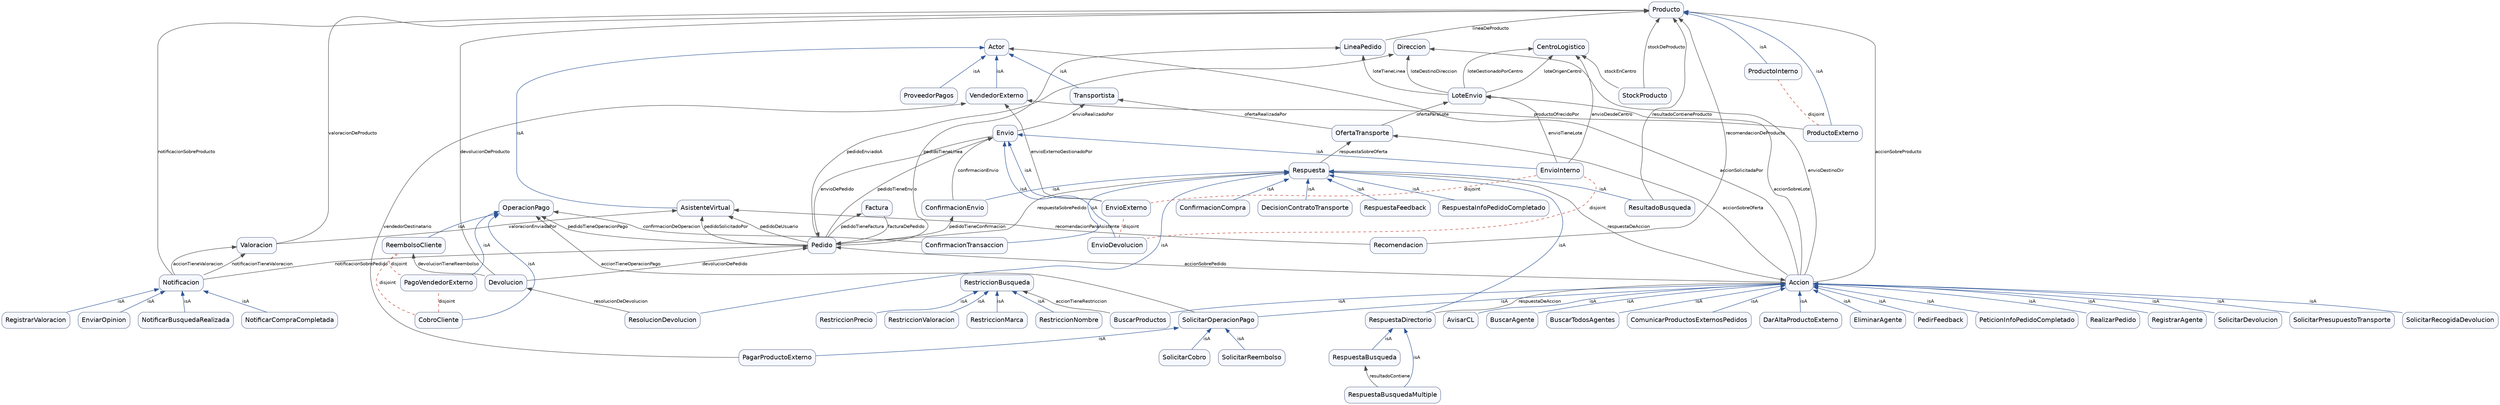
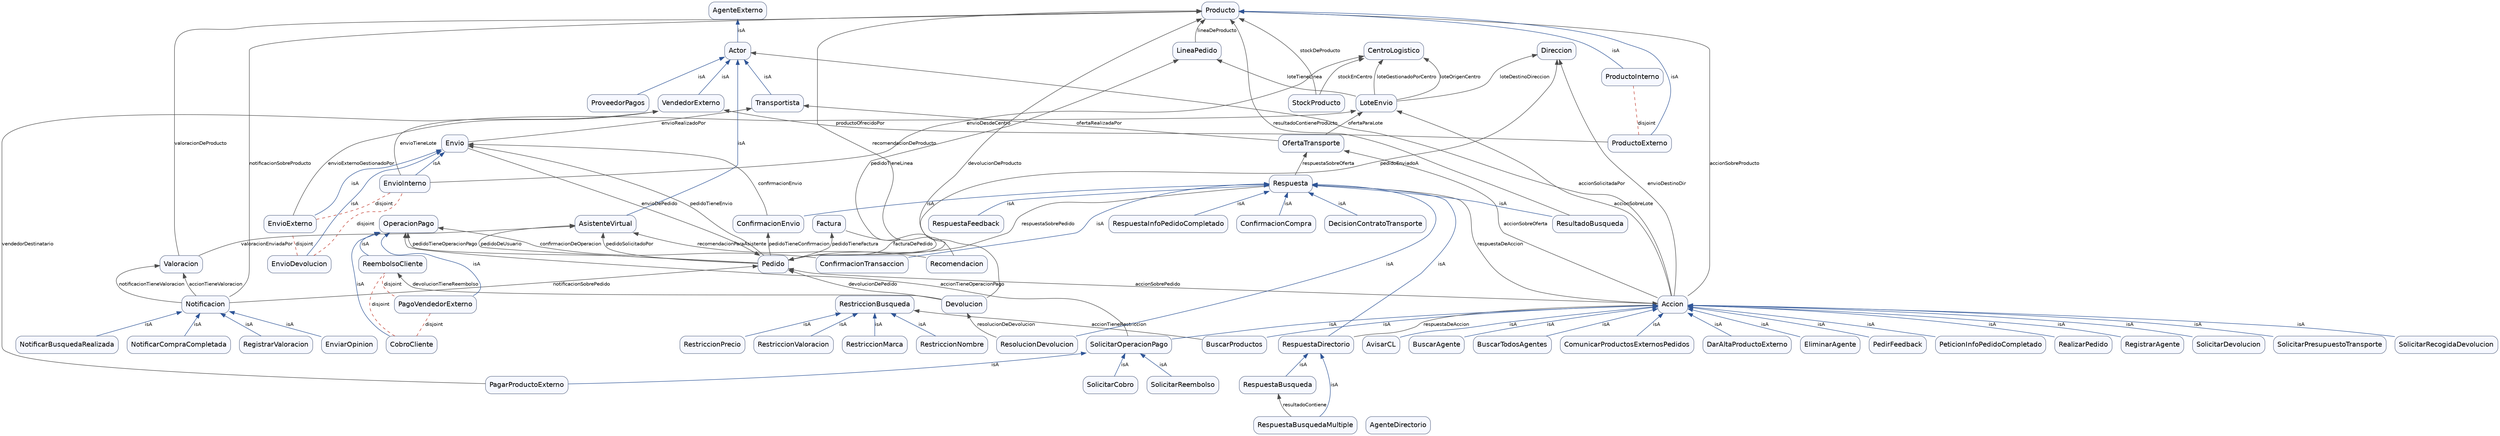
digraph ComercioElectronico {
    graph [rankdir=BT, overlap=false, splines=true];
    node [shape=box, style="rounded,filled", fillcolor="#f6f8ff", color="#6c7893", fontname="Helvetica"];
    edge [fontsize=10, fontname="Helvetica"];
    "Accion";
    "Actor";
+     "AgenteDirectorio";
+     "AgenteExterno";
    "AsistenteVirtual";
    "AvisarCL";
    "BuscarAgente";
    "BuscarProductos";
    "BuscarTodosAgentes";
    "CentroLogistico";
    "CobroCliente";
    "ComunicarProductosExternosPedidos";
    "ConfirmacionCompra";
    "ConfirmacionEnvio";
    "ConfirmacionTransaccion";
    "DarAltaProductoExterno";
    "DecisionContratoTransporte";
    "Devolucion";
    "Direccion";
    "EliminarAgente";
    "EnviarOpinion";
    "Envio";
    "EnvioDevolucion";
    "EnvioExterno";
    "EnvioInterno";
    "Factura";
    "LineaPedido";
    "LoteEnvio";
    "Notificacion";
    "NotificarBusquedaRealizada";
    "NotificarCompraCompletada";
    "OfertaTransporte";
    "OperacionPago";
    "PagarProductoExterno";
    "PagoVendedorExterno";
    "Pedido";
    "PedirFeedback";
    "PeticionInfoPedidoCompletado";
    "Producto";
    "ProductoExterno";
    "ProductoInterno";
    "ProveedorPagos";
    "RealizarPedido";
    "Recomendacion";
    "ReembolsoCliente";
    "RegistrarAgente";
    "RegistrarValoracion";
    "ResolucionDevolucion";
    "Respuesta";
    "RespuestaBusqueda";
    "RespuestaBusquedaMultiple";
    "RespuestaDirectorio";
    "RespuestaFeedback";
    "RespuestaInfoPedidoCompletado";
    "RestriccionBusqueda";
    "RestriccionMarca";
    "RestriccionNombre";
    "RestriccionPrecio";
    "RestriccionValoracion";
    "ResultadoBusqueda";
    "SolicitarCobro";
    "SolicitarDevolucion";
    "SolicitarOperacionPago";
    "SolicitarPresupuestoTransporte";
    "SolicitarRecogidaDevolucion";
    "SolicitarReembolso";
    "StockProducto";
    "Transportista";
    "Valoracion";
    "VendedorExterno";
+     "Actor" -> "AgenteExterno" [label="isA", color="#2f5597"];
    "AsistenteVirtual" -> "Actor" [label="isA", color="#2f5597"];
    "AvisarCL" -> "Accion" [label="isA", color="#2f5597"];
    "BuscarAgente" -> "Accion" [label="isA", color="#2f5597"];
    "BuscarProductos" -> "Accion" [label="isA", color="#2f5597"];
    "BuscarTodosAgentes" -> "Accion" [label="isA", color="#2f5597"];
    "CobroCliente" -> "OperacionPago" [label="isA", color="#2f5597"];
    "ComunicarProductosExternosPedidos" -> "Accion" [label="isA", color="#2f5597"];
    "ConfirmacionCompra" -> "Respuesta" [label="isA", color="#2f5597"];
    "ConfirmacionEnvio" -> "Respuesta" [label="isA", color="#2f5597"];
    "ConfirmacionTransaccion" -> "Respuesta" [label="isA", color="#2f5597"];
    "DarAltaProductoExterno" -> "Accion" [label="isA", color="#2f5597"];
    "DecisionContratoTransporte" -> "Respuesta" [label="isA", color="#2f5597"];
    "EliminarAgente" -> "Accion" [label="isA", color="#2f5597"];
    "EnviarOpinion" -> "Notificacion" [label="isA", color="#2f5597"];
    "EnvioDevolucion" -> "Envio" [label="isA", color="#2f5597"];
    "EnvioExterno" -> "Envio" [label="isA", color="#2f5597"];
    "EnvioInterno" -> "Envio" [label="isA", color="#2f5597"];
    "NotificarBusquedaRealizada" -> "Notificacion" [label="isA", color="#2f5597"];
    "NotificarCompraCompletada" -> "Notificacion" [label="isA", color="#2f5597"];
    "PagarProductoExterno" -> "SolicitarOperacionPago" [label="isA", color="#2f5597"];
    "PagoVendedorExterno" -> "OperacionPago" [label="isA", color="#2f5597"];
    "PedirFeedback" -> "Accion" [label="isA", color="#2f5597"];
    "PeticionInfoPedidoCompletado" -> "Accion" [label="isA", color="#2f5597"];
    "ProductoExterno" -> "Producto" [label="isA", color="#2f5597"];
    "ProductoInterno" -> "Producto" [label="isA", color="#2f5597"];
    "ProveedorPagos" -> "Actor" [label="isA", color="#2f5597"];
    "RealizarPedido" -> "Accion" [label="isA", color="#2f5597"];
    "ReembolsoCliente" -> "OperacionPago" [label="isA", color="#2f5597"];
    "RegistrarAgente" -> "Accion" [label="isA", color="#2f5597"];
    "RegistrarValoracion" -> "Notificacion" [label="isA", color="#2f5597"];
    "ResolucionDevolucion" -> "Respuesta" [label="isA", color="#2f5597"];
    "RespuestaBusqueda" -> "RespuestaDirectorio" [label="isA", color="#2f5597"];
    "RespuestaBusquedaMultiple" -> "RespuestaDirectorio" [label="isA", color="#2f5597"];
    "RespuestaDirectorio" -> "Respuesta" [label="isA", color="#2f5597"];
    "RespuestaFeedback" -> "Respuesta" [label="isA", color="#2f5597"];
    "RespuestaInfoPedidoCompletado" -> "Respuesta" [label="isA", color="#2f5597"];
    "RestriccionMarca" -> "RestriccionBusqueda" [label="isA", color="#2f5597"];
    "RestriccionNombre" -> "RestriccionBusqueda" [label="isA", color="#2f5597"];
    "RestriccionPrecio" -> "RestriccionBusqueda" [label="isA", color="#2f5597"];
    "RestriccionValoracion" -> "RestriccionBusqueda" [label="isA", color="#2f5597"];
    "ResultadoBusqueda" -> "Respuesta" [label="isA", color="#2f5597"];
    "SolicitarCobro" -> "SolicitarOperacionPago" [label="isA", color="#2f5597"];
    "SolicitarDevolucion" -> "Accion" [label="isA", color="#2f5597"];
    "SolicitarOperacionPago" -> "Accion" [label="isA", color="#2f5597"];
    "SolicitarPresupuestoTransporte" -> "Accion" [label="isA", color="#2f5597"];
    "SolicitarRecogidaDevolucion" -> "Accion" [label="isA", color="#2f5597"];
    "SolicitarReembolso" -> "SolicitarOperacionPago" [label="isA", color="#2f5597"];
    "Transportista" -> "Actor" [label="isA", color="#2f5597"];
    "VendedorExterno" -> "Actor" [label="isA", color="#2f5597"];
    "CobroCliente" -> "PagoVendedorExterno" [label="disjoint", style=dashed, color="#c0392b", arrowhead=none];
    "CobroCliente" -> "ReembolsoCliente" [label="disjoint", style=dashed, color="#c0392b", arrowhead=none];
    "EnvioDevolucion" -> "EnvioExterno" [label="disjoint", style=dashed, color="#c0392b", arrowhead=none];
    "EnvioDevolucion" -> "EnvioInterno" [label="disjoint", style=dashed, color="#c0392b", arrowhead=none];
    "EnvioExterno" -> "EnvioInterno" [label="disjoint", style=dashed, color="#c0392b", arrowhead=none];
    "PagoVendedorExterno" -> "ReembolsoCliente" [label="disjoint", style=dashed, color="#c0392b", arrowhead=none];
    "ProductoExterno" -> "ProductoInterno" [label="disjoint", style=dashed, color="#c0392b", arrowhead=none];
    "Accion" -> "Actor" [label="accionSolicitadaPor", color="#4d4d4d"];
    "Accion" -> "Direccion" [label="envioDestinoDir", color="#4d4d4d"];
    "Accion" -> "LoteEnvio" [label="accionSobreLote", color="#4d4d4d"];
    "Accion" -> "OfertaTransporte" [label="accionSobreOferta", color="#4d4d4d"];
    "Accion" -> "Pedido" [label="accionSobrePedido", color="#4d4d4d"];
    "Accion" -> "Producto" [label="accionSobreProducto", color="#4d4d4d"];
    "BuscarProductos" -> "RestriccionBusqueda" [label="accionTieneRestriccion", color="#4d4d4d"];
    "ConfirmacionEnvio" -> "Envio" [label="confirmacionEnvio", color="#4d4d4d"];
    "ConfirmacionTransaccion" -> "OperacionPago" [label="confirmacionDeOperacion", color="#4d4d4d"];
    "Devolucion" -> "Pedido" [label="devolucionDePedido", color="#4d4d4d"];
    "Devolucion" -> "Producto" [label="devolucionDeProducto", color="#4d4d4d"];
    "Devolucion" -> "ReembolsoCliente" [label="devolucionTieneReembolso", color="#4d4d4d"];
    "Envio" -> "Pedido" [label="envioDePedido", color="#4d4d4d"];
    "Envio" -> "Transportista" [label="envioRealizadoPor", color="#4d4d4d"];
    "EnvioExterno" -> "VendedorExterno" [label="envioExternoGestionadoPor", color="#4d4d4d"];
    "EnvioInterno" -> "CentroLogistico" [label="envioDesdeCentro", color="#4d4d4d"];
    "EnvioInterno" -> "LoteEnvio" [label="envioTieneLote", color="#4d4d4d"];
    "Factura" -> "Pedido" [label="facturaDePedido", color="#4d4d4d"];
    "LineaPedido" -> "Producto" [label="lineaDeProducto", color="#4d4d4d"];
    "LoteEnvio" -> "CentroLogistico" [label="loteGestionadoPorCentro", color="#4d4d4d"];
    "LoteEnvio" -> "CentroLogistico" [label="loteOrigenCentro", color="#4d4d4d"];
    "LoteEnvio" -> "Direccion" [label="loteDestinoDireccion", color="#4d4d4d"];
    "LoteEnvio" -> "LineaPedido" [label="loteTieneLinea", color="#4d4d4d"];
    "Notificacion" -> "Pedido" [label="notificacionSobrePedido", color="#4d4d4d"];
    "Notificacion" -> "Producto" [label="notificacionSobreProducto", color="#4d4d4d"];
    "Notificacion" -> "Valoracion" [label="accionTieneValoracion", color="#4d4d4d"];
    "Notificacion" -> "Valoracion" [label="notificacionTieneValoracion", color="#4d4d4d"];
    "OfertaTransporte" -> "LoteEnvio" [label="ofertaParaLote", color="#4d4d4d"];
    "OfertaTransporte" -> "Transportista" [label="ofertaRealizadaPor", color="#4d4d4d"];
    "PagarProductoExterno" -> "VendedorExterno" [label="vendedorDestinatario", color="#4d4d4d"];
    "Pedido" -> "AsistenteVirtual" [label="pedidoDeUsuario", color="#4d4d4d"];
    "Pedido" -> "AsistenteVirtual" [label="pedidoSolicitadoPor", color="#4d4d4d"];
    "Pedido" -> "ConfirmacionEnvio" [label="pedidoTieneConfirmacion", color="#4d4d4d"];
    "Pedido" -> "Direccion" [label="pedidoEnviadoA", color="#4d4d4d"];
    "Pedido" -> "Envio" [label="pedidoTieneEnvio", color="#4d4d4d"];
    "Pedido" -> "Factura" [label="pedidoTieneFactura", color="#4d4d4d"];
    "Pedido" -> "LineaPedido" [label="pedidoTieneLinea", color="#4d4d4d"];
    "Pedido" -> "OperacionPago" [label="pedidoTieneOperacionPago", color="#4d4d4d"];
    "ProductoExterno" -> "VendedorExterno" [label="productoOfrecidoPor", color="#4d4d4d"];
    "Recomendacion" -> "AsistenteVirtual" [label="recomendacionParaAsistente", color="#4d4d4d"];
    "Recomendacion" -> "Producto" [label="recomendacionDeProducto", color="#4d4d4d"];
    "ResolucionDevolucion" -> "Devolucion" [label="resolucionDeDevolucion", color="#4d4d4d"];
    "Respuesta" -> "Accion" [label="respuestaDeAccion", color="#4d4d4d"];
    "Respuesta" -> "OfertaTransporte" [label="respuestaSobreOferta", color="#4d4d4d"];
    "Respuesta" -> "Pedido" [label="respuestaSobrePedido", color="#4d4d4d"];
    "RespuestaBusquedaMultiple" -> "RespuestaBusqueda" [label="resultadoContiene", color="#4d4d4d"];
    "RespuestaDirectorio" -> "Accion" [label="respuestaDeAccion", color="#4d4d4d"];
    "ResultadoBusqueda" -> "Producto" [label="resultadoContieneProducto", color="#4d4d4d"];
    "SolicitarOperacionPago" -> "OperacionPago" [label="accionTieneOperacionPago", color="#4d4d4d"];
    "StockProducto" -> "CentroLogistico" [label="stockEnCentro", color="#4d4d4d"];
    "StockProducto" -> "Producto" [label="stockDeProducto", color="#4d4d4d"];
    "Valoracion" -> "AsistenteVirtual" [label="valoracionEnviadaPor", color="#4d4d4d"];
    "Valoracion" -> "Producto" [label="valoracionDeProducto", color="#4d4d4d"];
}
